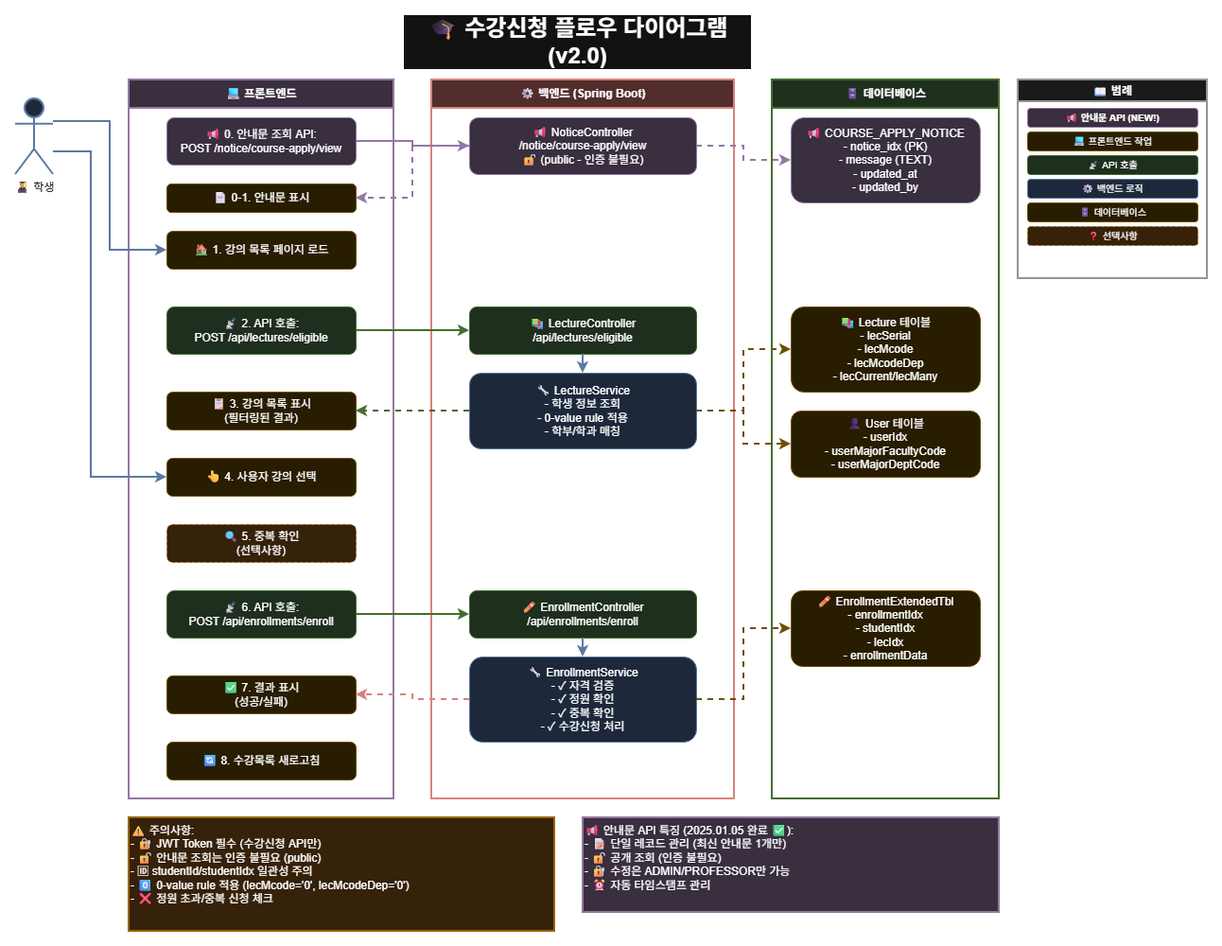
hooting76/blue-crab-lms keeps this draw.io diagram as backend/BlueCrab/docs/강의관련기능/수강신청/다이어그램/04-ENROLLMENT-FLOW.drawio.png. Above is the earlier version. Source tidied: cells renumbered, new cells last; positions are measured from the earlier drawing's top-left corner, leaving out a move shared by most shapes.
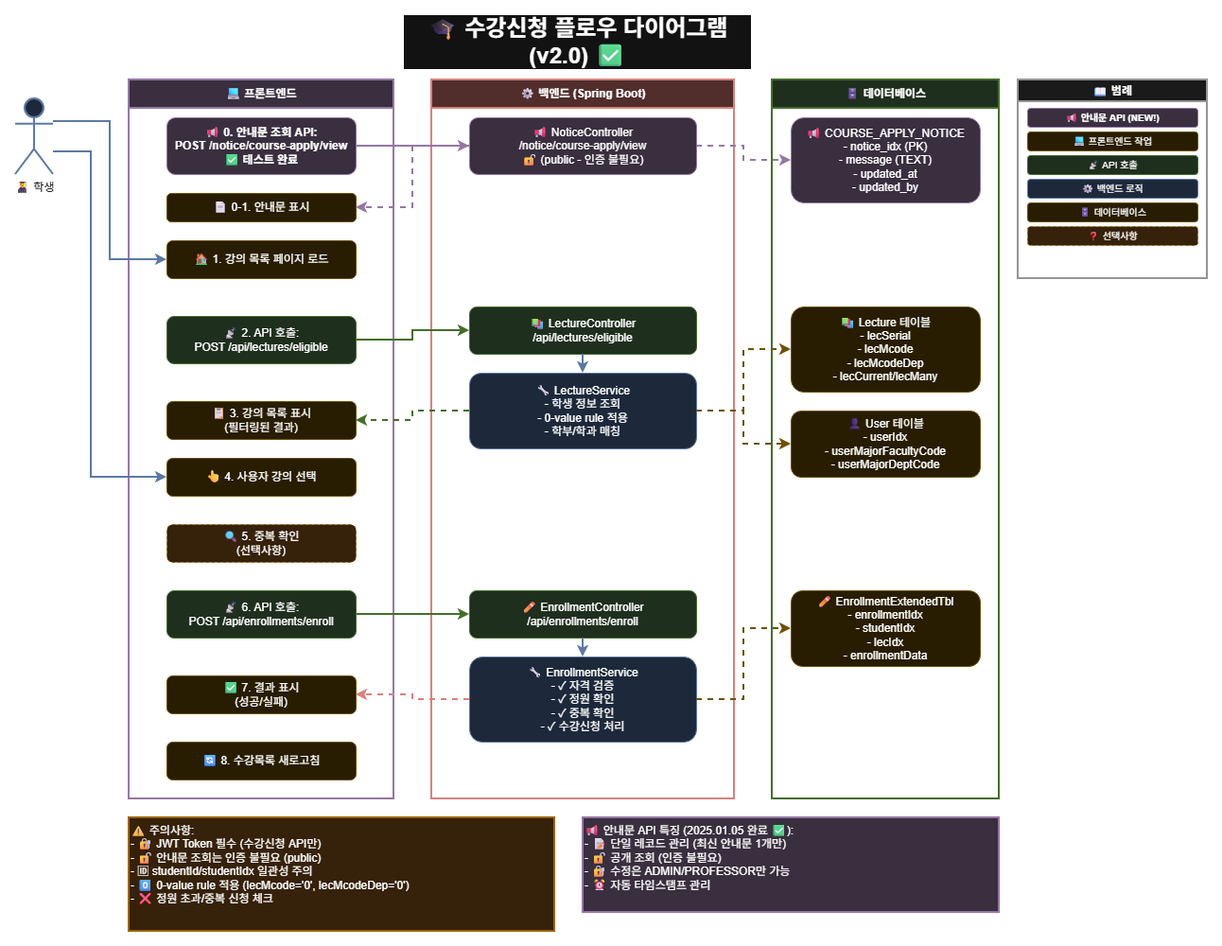
Later version of the same file.

Commit message:
가이드 문서 업데이트. 다이어그램 업데이트.

The edit, as a diff of the source:
```diff
@@ -2,7 +2,7 @@
   <root>
     <mxCell id="0" />
     <mxCell id="1" parent="0" />
-    <mxCell id="2" value="🎓 수강신청 플로우 다이어그램 (v2.0)" style="text;html=1;strokeColor=none;fillColor=none;align=center;verticalAlign=middle;whiteSpace=wrap;rounded=0;fontSize=24;fontStyle=1;labelBackgroundColor=default;" parent="1" vertex="1">
+    <mxCell id="2" value="🎓 수강신청 플로우 다이어그램 (v2.0) ✅" style="text;html=1;strokeColor=none;fillColor=none;align=center;verticalAlign=middle;whiteSpace=wrap;rounded=0;fontSize=24;fontStyle=1;labelBackgroundColor=default;" parent="1" vertex="1">
       <mxGeometry x="410" width="369" height="40" as="geometry" />
     </mxCell>
     <mxCell id="3" value="👨‍🎓 학생" style="shape=umlActor;verticalLabelPosition=bottom;verticalAlign=top;html=1;outlineConnect=0;fillColor=#dae8fc;strokeColor=#6c8ebf;strokeWidth=2;fontColor=light-dark(#000000,#000000);" parent="1" vertex="1">
@@ -11,20 +11,20 @@
     <mxCell id="4" value="💻 프론트엔드" style="swimlane;whiteSpace=wrap;html=1;fillColor=#e1d5e7;strokeColor=#9673a6;startSize=30;strokeWidth=2;" parent="1" vertex="1">
       <mxGeometry x="120" y="60" width="280" height="760" as="geometry" />
     </mxCell>
-    <mxCell id="5" value="📢 0. 안내문 조회 API:&#10;POST /notice/course-apply/view" style="rounded=1;whiteSpace=wrap;html=1;fillColor=#e1d5e7;strokeColor=#9673a6;" parent="4" vertex="1">
-      <mxGeometry x="40" y="40" width="200" height="50" as="geometry" />
+    <mxCell id="5" value="📢 0. 안내문 조회 API:&#10;POST /notice/course-apply/view&#10;✅ 테스트 완료" style="rounded=1;whiteSpace=wrap;html=1;fillColor=#e1d5e7;strokeColor=#9673a6;fontStyle=1;" parent="4" vertex="1">
+      <mxGeometry x="40" y="40" width="200" height="60" as="geometry" />
     </mxCell>
     <mxCell id="6" value="📄 0-1. 안내문 표시" style="rounded=1;whiteSpace=wrap;html=1;fillColor=#fff2cc;strokeColor=#d6b656;" parent="4" vertex="1">
-      <mxGeometry x="40" y="110" width="200" height="30" as="geometry" />
+      <mxGeometry x="40" y="120" width="200" height="30" as="geometry" />
     </mxCell>
     <mxCell id="7" value="🏠 1. 강의 목록 페이지 로드" style="rounded=1;whiteSpace=wrap;html=1;fillColor=#fff2cc;strokeColor=#d6b656;" parent="4" vertex="1">
-      <mxGeometry x="40" y="160" width="200" height="40" as="geometry" />
+      <mxGeometry x="40" y="170" width="200" height="40" as="geometry" />
     </mxCell>
     <mxCell id="8" value="📡 2. API 호출:&#10;POST /api/lectures/eligible" style="rounded=1;whiteSpace=wrap;html=1;fillColor=#d5e8d4;strokeColor=#82b366;" parent="4" vertex="1">
-      <mxGeometry x="40" y="240" width="200" height="50" as="geometry" />
+      <mxGeometry x="40" y="250" width="200" height="50" as="geometry" />
     </mxCell>
     <mxCell id="9" value="📋 3. 강의 목록 표시&#10;(필터링된 결과)" style="rounded=1;whiteSpace=wrap;html=1;fillColor=#fff2cc;strokeColor=#d6b656;" parent="4" vertex="1">
-      <mxGeometry x="40" y="330" width="200" height="40" as="geometry" />
+      <mxGeometry x="40" y="340" width="200" height="40" as="geometry" />
     </mxCell>
     <mxCell id="10" value="👆 4. 사용자 강의 선택" style="rounded=1;whiteSpace=wrap;html=1;fillColor=#fff2cc;strokeColor=#d6b656;" parent="4" vertex="1">
       <mxGeometry x="40" y="400" width="200" height="40" as="geometry" />
```
